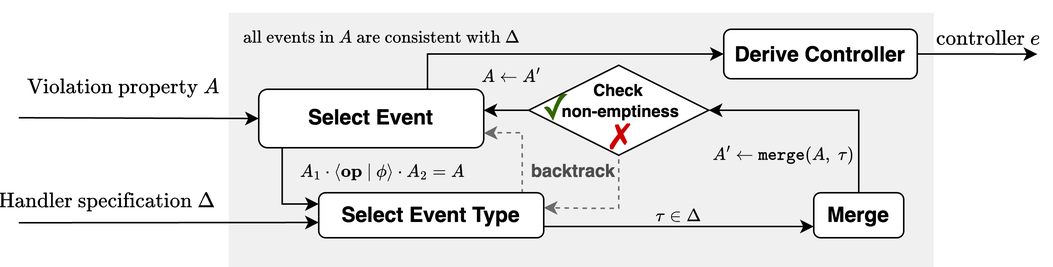
Above: figures/intuition-plan-syn.drawio.png in zhezhouzz/PLDI25-HAT-Planing (draw.io), before the change. Source tidied: cells renumbered, new cells last; positions are measured from the earlier drawing's top-left corner, leaving out a move shared by most shapes.
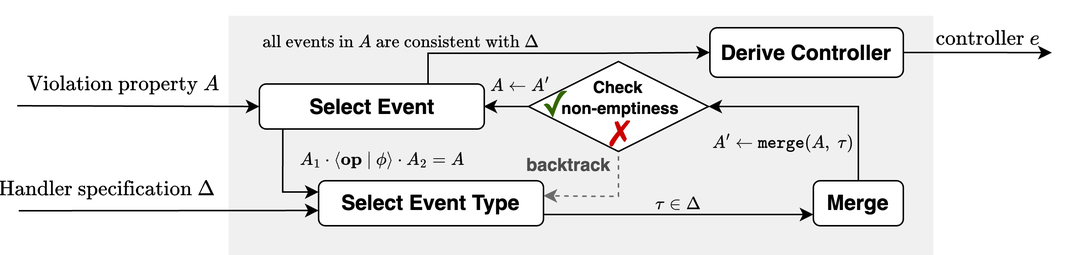
The same file after the commit.

What changed in the source:
```diff
@@ -3,7 +3,7 @@
     <mxCell id="0" />
     <mxCell id="1" parent="0" />
     <mxCell id="2" style="rounded=0;whiteSpace=wrap;html=1;strokeColor=none;fillColor=#F0F0F0;" parent="1" vertex="1">
-      <mxGeometry x="151" y="8" width="470" height="170" as="geometry" />
+      <mxGeometry x="151" y="18" width="470" height="160" as="geometry" />
     </mxCell>
     <mxCell id="3" value="$$\tau \in \Delta$$" style="text;html=1;align=center;verticalAlign=middle;whiteSpace=wrap;rounded=0;fontSize=10;" parent="1" vertex="1">
       <mxGeometry x="371" y="128" width="160" height="30" as="geometry" />
@@ -15,22 +15,19 @@
       <mxGeometry relative="1" as="geometry" />
     </mxCell>
     <mxCell id="6" style="edgeStyle=orthogonalEdgeStyle;rounded=0;jettySize=auto;html=1;exitX=0.75;exitY=0;exitDx=0;exitDy=0;entryX=0;entryY=0.5;entryDx=0;entryDy=0;" parent="1" edge="1" source="7" target="20">
-      <mxGeometry relative="1" as="geometry" />
+      <mxGeometry relative="1" as="geometry">
+        <Array as="points">
+          <mxPoint x="284" y="43" />
+          <mxPoint x="396" y="43" />
+        </Array>
+      </mxGeometry>
     </mxCell>
     <mxCell id="7" value="&lt;b&gt;&lt;font style=&quot;font-size: 14px;&quot;&gt;Select Event&lt;/font&gt;&lt;/b&gt;" style="rounded=1;whiteSpace=wrap;html=1;" parent="1" vertex="1">
-      <mxGeometry x="171" y="59" width="150" height="39" as="geometry" />
+      <mxGeometry x="171.5" y="63.5" width="150" height="30" as="geometry" />
     </mxCell>
     <mxCell id="8" style="edgeStyle=orthogonalEdgeStyle;rounded=0;jettySize=auto;html=1;exitX=1;exitY=0.75;exitDx=0;exitDy=0;entryX=0;entryY=0.75;entryDx=0;entryDy=0;" parent="1" edge="1" source="10" target="12">
       <mxGeometry relative="1" as="geometry" />
     </mxCell>
-    <mxCell id="9" style="edgeStyle=orthogonalEdgeStyle;rounded=0;jettySize=auto;html=1;exitX=0.904;exitY=0.019;exitDx=0;exitDy=0;entryX=1;entryY=0.75;entryDx=0;entryDy=0;dashed=1;exitPerimeter=0;strokeColor=#6b6b6b;" parent="1" edge="1" source="10" target="7">
-      <mxGeometry relative="1" as="geometry">
-        <Array as="points">
-          <mxPoint x="347" y="88" />
-          <mxPoint x="332" y="88" />
-        </Array>
-      </mxGeometry>
-    </mxCell>
     <mxCell id="10" value="&lt;b&gt;&lt;font style=&quot;font-size: 14px;&quot;&gt;Select Event Type&lt;/font&gt;&lt;/b&gt;" style="rounded=1;whiteSpace=wrap;html=1;" parent="1" vertex="1">
       <mxGeometry x="211" y="128" width="150" height="30" as="geometry" />
     </mxCell>
@@ -51,14 +48,14 @@
       </mxGeometry>
     </mxCell>
     <mxCell id="14" value="&lt;b style=&quot;font-size: 11px;&quot;&gt;&lt;font style=&quot;font-size: 11px;&quot;&gt;&amp;nbsp;Check&amp;nbsp;&lt;/font&gt;&lt;/b&gt;&lt;div style=&quot;font-size: 11px;&quot;&gt;&lt;b&gt;&lt;font style=&quot;font-size: 11px;&quot;&gt;&amp;nbsp;non-emptiness&lt;/font&gt;&lt;/b&gt;&lt;/div&gt;&lt;div style=&quot;font-size: 11px;&quot;&gt;&lt;b&gt;&lt;br&gt;&lt;/b&gt;&lt;/div&gt;" style="rhombus;whiteSpace=wrap;html=1;" parent="1" vertex="1">
-      <mxGeometry x="351" y="43" width="120" height="60" as="geometry" />
+      <mxGeometry x="351" y="48.5" width="120" height="60" as="geometry" />
     </mxCell>
     <mxCell id="15" value="&lt;font color=&quot;#4d4d4d&quot;&gt;&lt;b&gt;backtrack&lt;/b&gt;&lt;/font&gt;" style="text;html=1;align=center;verticalAlign=middle;whiteSpace=wrap;rounded=0;strokeColor=none;" parent="1" vertex="1">
-      <mxGeometry x="351" y="99" width="60" height="30" as="geometry" />
+      <mxGeometry x="348" y="103" width="60" height="30" as="geometry" />
     </mxCell>
     <mxCell id="16" style="endArrow=classic;html=1;rounded=0;entryX=0;entryY=0.5;entryDx=0;entryDy=0;" parent="1" edge="1" target="7">
       <mxGeometry relative="1" as="geometry">
-        <mxPoint x="11" y="78" as="sourcePoint" />
+        <mxPoint x="10" y="78" as="sourcePoint" />
       </mxGeometry>
     </mxCell>
     <mxCell id="17" style="endArrow=classic;html=1;rounded=0;" parent="1" edge="1">
@@ -68,42 +65,44 @@
       </mxGeometry>
     </mxCell>
     <mxCell id="18" value="&lt;span style=&quot;color: rgb(0, 0, 0); font-family: Helvetica; font-style: normal; font-variant-ligatures: normal; font-variant-caps: normal; font-weight: 400; letter-spacing: normal; orphans: 2; text-align: center; text-indent: 0px; text-transform: none; widows: 2; word-spacing: 0px; -webkit-text-stroke-width: 0px; white-space: normal; background-color: rgb(251, 251, 251); text-decoration-thickness: initial; text-decoration-style: initial; text-decoration-color: initial; float: none; display: inline !important;&quot;&gt;&lt;font style=&quot;font-size: 10px;&quot;&gt;$$\text{ all events in } A \text{ are consistent with }\Delta$$&lt;/font&gt;&lt;/span&gt;" style="text;whiteSpace=wrap;html=1;fontSize=11;" parent="1" vertex="1">
-      <mxGeometry x="156" y="1" width="260" height="34" as="geometry" />
+      <mxGeometry x="168.5" y="12" width="260" height="24" as="geometry" />
     </mxCell>
-    <mxCell id="19" style="edgeStyle=orthogonalEdgeStyle;rounded=0;jettySize=auto;html=1;exitX=1;exitY=0.5;exitDx=0;exitDy=0;" parent="1" edge="1" source="20">
-      <mxGeometry relative="1" as="geometry">
-        <mxPoint x="690" y="35.6" as="targetPoint" />
-      </mxGeometry>
-    </mxCell>
+    <mxCell id="30" style="edgeStyle=orthogonalEdgeStyle;rounded=0;jettySize=auto;html=1;exitX=1;exitY=0.5;exitDx=0;exitDy=0;" parent="1" edge="1" source="20">
+      <mxGeometry relative="1" as="geometry">
+        <mxPoint x="700" y="42.6" as="targetPoint" />
+      </mxGeometry>
+    </mxCell>
     <mxCell id="20" value="&lt;b&gt;&lt;font style=&quot;font-size: 14px;&quot;&gt;Derive Controller&lt;/font&gt;&lt;/b&gt;" style="rounded=1;whiteSpace=wrap;html=1;" parent="1" vertex="1">
-      <mxGeometry x="481" y="19" width="129" height="33" as="geometry" />
+      <mxGeometry x="472" y="26" width="129" height="33" as="geometry" />
     </mxCell>
     <mxCell id="21" value="&lt;span style=&quot;color: rgb(0, 0, 0); font-family: Helvetica; font-style: normal; font-variant-ligatures: normal; font-variant-caps: normal; font-weight: 400; letter-spacing: normal; orphans: 2; text-align: center; text-indent: 0px; text-transform: none; widows: 2; word-spacing: 0px; -webkit-text-stroke-width: 0px; white-space: normal; background-color: rgb(251, 251, 251); text-decoration-thickness: initial; text-decoration-style: initial; text-decoration-color: initial; float: none; display: inline !important;&quot;&gt;&lt;font style=&quot;font-size: 12px;&quot;&gt;$$\text{controller } e$$&lt;/font&gt;&lt;/span&gt;" style="text;whiteSpace=wrap;html=1;" parent="1" vertex="1">
-      <mxGeometry x="621" width="79" height="8" as="geometry" />
+      <mxGeometry x="621" y="8" width="79" height="8" as="geometry" />
     </mxCell>
     <mxCell id="22" value="$$A' \leftarrow \mathtt{merge}(A,\; \tau)$$" style="text;html=1;align=center;verticalAlign=middle;whiteSpace=wrap;rounded=0;fontSize=10;" parent="1" vertex="1">
       <mxGeometry x="451" y="88" width="140" height="30" as="geometry" />
     </mxCell>
     <mxCell id="23" value="&lt;h1 style=&quot;box-sizing: border-box; margin: 0px 0px 40px; font-weight: 400; line-height: 56px; letter-spacing: -0.105rem; max-width: 737px; font-family: &amp;quot;Helvetica Neue&amp;quot;, &amp;quot;Vitesco W05 Roman&amp;quot;, Helvetica, Arial, sans-serif; text-align: start;&quot; id=&quot;symbol-title&quot; class=&quot;symbol-main__title&quot;&gt;&lt;span style=&quot;font-family: sans-serif;&quot;&gt;&lt;font color=&quot;#cc0000&quot; style=&quot;font-size: 24px;&quot;&gt;✗&lt;/font&gt;&lt;/span&gt;&lt;/h1&gt;" style="text;html=1;align=center;verticalAlign=middle;whiteSpace=wrap;rounded=0;" parent="1" vertex="1">
-      <mxGeometry x="393.5" y="99" width="35" height="20" as="geometry" />
+      <mxGeometry x="393.5" y="105" width="35" height="20" as="geometry" />
     </mxCell>
     <mxCell id="24" value="$$\text{Handler specification } \Delta $$" style="text;html=1;align=center;verticalAlign=middle;whiteSpace=wrap;rounded=0;" parent="1" vertex="1">
       <mxGeometry y="119" width="140" height="30" as="geometry" />
     </mxCell>
-    <mxCell id="25" value="&lt;font style=&quot;font-size: 10px;&quot;&gt;$$A \leftarrow A'$$&lt;/font&gt;" style="text;html=1;align=center;verticalAlign=middle;strokeColor=none;fillColor=none;" parent="1" vertex="1">
-      <mxGeometry x="283.5" y="35" width="110" height="30" as="geometry" />
-    </mxCell>
     <mxCell id="26" value="$$\text{Violation property } A$$" style="text;html=1;align=center;verticalAlign=middle;whiteSpace=wrap;rounded=0;" parent="1" vertex="1">
-      <mxGeometry x="56" y="43" width="50" height="30" as="geometry" />
+      <mxGeometry x="56" y="48.5" width="50" height="30" as="geometry" />
     </mxCell>
-    <mxCell id="27" style="edgeStyle=orthogonalEdgeStyle;rounded=0;jettySize=auto;html=1;exitX=0;exitY=0.5;exitDx=0;exitDy=0;entryX=0.999;entryY=0.371;entryDx=0;entryDy=0;entryPerimeter=0;" parent="1" edge="1" source="14" target="7">
-      <mxGeometry relative="1" as="geometry" />
+    <mxCell id="27" style="edgeStyle=orthogonalEdgeStyle;rounded=0;jettySize=auto;html=1;exitX=0;exitY=0.5;exitDx=0;exitDy=0;" parent="1" edge="1" source="14">
+      <mxGeometry relative="1" as="geometry">
+        <mxPoint x="321" y="78" as="targetPoint" />
+      </mxGeometry>
     </mxCell>
     <mxCell id="28" value="&lt;span style=&quot;font-family: &amp;quot;Source Sans Pro&amp;quot;, Roboto, &amp;quot;San Francisco&amp;quot;, &amp;quot;Segoe UI&amp;quot;, sans-serif; text-wrap: wrap; font-size: 24px;&quot;&gt;&lt;font color=&quot;#336600&quot; style=&quot;font-size: 24px;&quot;&gt;✓&lt;/font&gt;&lt;/span&gt;" style="text;html=1;align=center;verticalAlign=middle;strokeColor=none;fillColor=none;fontSize=24;" parent="1" vertex="1">
-      <mxGeometry x="349" y="52" width="40" height="40" as="geometry" />
+      <mxGeometry x="349" y="58" width="40" height="40" as="geometry" />
     </mxCell>
     <mxCell id="29" style="edgeStyle=orthogonalEdgeStyle;rounded=0;orthogonalLoop=1;jettySize=auto;html=1;exitX=0.5;exitY=1;exitDx=0;exitDy=0;" parent="1" edge="1" source="21" target="21">
       <mxGeometry relative="1" as="geometry" />
     </mxCell>
+    <mxCell id="25" value="&lt;font style=&quot;font-size: 10px;&quot;&gt;$$A \leftarrow A'$$&lt;/font&gt;" style="text;html=1;align=center;verticalAlign=middle;strokeColor=none;fillColor=none;" parent="1" vertex="1">
+      <mxGeometry x="290" y="48.5" width="110" height="30" as="geometry" />
+    </mxCell>
   </root>
 </mxGraphModel>
```
